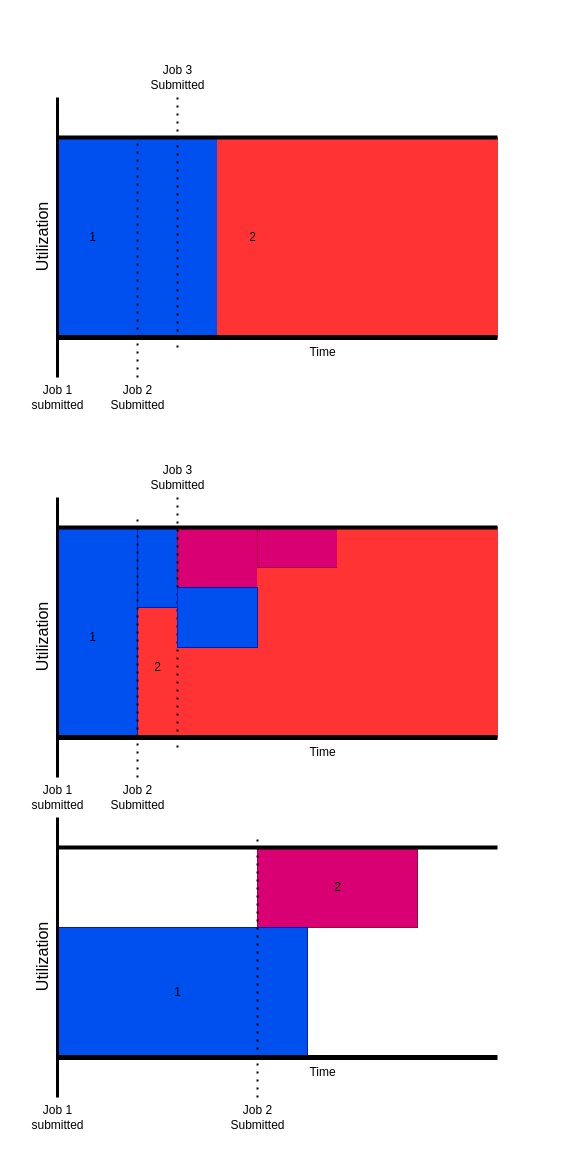
Amir-kar/EECS4314-GroupD keeps this draw.io diagram as schedule drawings/UtilizationGraph.drawio. Above is the earlier version. Source tidied: cells renumbered, new cells numbered last; positions are measured from the earlier drawing's top-left corner, leaving out a move shared by most shapes. Both pictures are drawn from the tidied source at 100%, with x=0, y=0 at pixel (-3, 57).
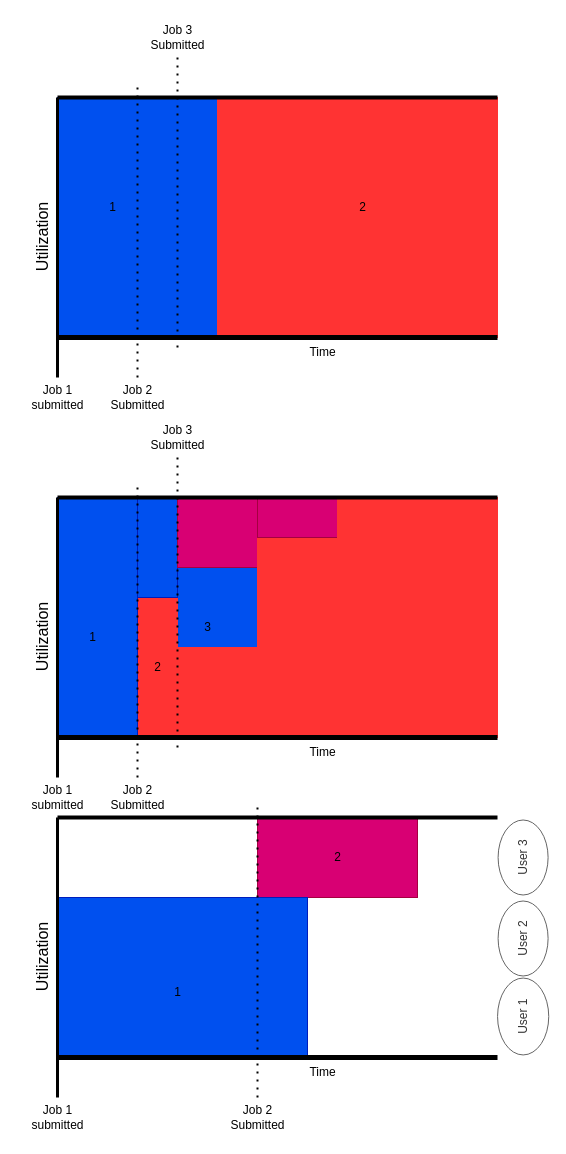
The same page after the edit.

What changed in the source:
```diff
@@
+    <mxCell id="47" style="rounded=0;whiteSpace=wrap;html=1;fillColor=#0050ef;fontColor=#ffffff;strokeColor=#001DBC;" parent="1" vertex="1">
+      <mxGeometry x="180" y="510" width="80" height="80" as="geometry" />
+    </mxCell>
     <mxCell id="2" style="rounded=0;whiteSpace=wrap;html=1;fillColor=#d80073;fontColor=#ffffff;strokeColor=#A50040;" parent="1" vertex="1">
-      <mxGeometry x="260" y="790" width="160" height="80" as="geometry" />
+      <mxGeometry x="260" y="760" width="160" height="80" as="geometry" />
     </mxCell>
     <mxCell id="3" style="rounded=0;whiteSpace=wrap;html=1;fillColor=#0050ef;fontColor=#ffffff;strokeColor=#001DBC;" parent="1" vertex="1">
-      <mxGeometry x="60" y="870" width="250" height="130" as="geometry" />
+      <mxGeometry x="60" y="840" width="250" height="160" as="geometry" />
     </mxCell>
     <mxCell id="4" style="rounded=0;whiteSpace=wrap;html=1;fillColor=#0050ef;fontColor=#ffffff;strokeColor=#001DBC;" parent="1" vertex="1">
-      <mxGeometry x="60" y="80" width="160" height="200" as="geometry" />
+      <mxGeometry x="60" y="40" width="160" height="240" as="geometry" />
     </mxCell>
     <mxCell id="5" style="rounded=0;whiteSpace=wrap;html=1;fillColor=light-dark(#FF3333,#FF0000);fontColor=#ffffff;strokeColor=light-dark(#FF3333,#FF0000);" parent="1" vertex="1">
-      <mxGeometry x="220" y="80" width="280" height="200" as="geometry" />
+      <mxGeometry x="220" y="40" width="280" height="240" as="geometry" />
     </mxCell>
     <mxCell id="6" style="rounded=0;whiteSpace=wrap;html=1;fillColor=light-dark(#FF3333,#FF0000);fontColor=#ffffff;strokeColor=light-dark(#FF3333,#FF0000);" parent="1" vertex="1">
-      <mxGeometry x="140" y="550" width="40" height="130" as="geometry" />
+      <mxGeometry x="140" y="540" width="40" height="140" as="geometry" />
     </mxCell>
     <mxCell id="7" style="rounded=0;whiteSpace=wrap;html=1;fillColor=#0050ef;fontColor=#ffffff;strokeColor=#001DBC;" parent="1" vertex="1">
-      <mxGeometry x="60" y="470" width="80" height="210" as="geometry" />
+      <mxGeometry x="60" y="440" width="80" height="240" as="geometry" />
     </mxCell>
     <mxCell id="8" style="rounded=0;whiteSpace=wrap;html=1;fillColor=#0050ef;fontColor=#ffffff;strokeColor=#001DBC;" parent="1" vertex="1">
-      <mxGeometry x="140" y="470" width="40" height="80" as="geometry" />
+      <mxGeometry x="140" y="440" width="40" height="100" as="geometry" />
     </mxCell>
     <mxCell id="9" style="rounded=0;whiteSpace=wrap;html=1;fillColor=#d80073;fontColor=#ffffff;strokeColor=#A50040;" parent="1" vertex="1">
-      <mxGeometry x="180" y="470" width="80" height="60" as="geometry" />
+      <mxGeometry x="180" y="440" width="80" height="70" as="geometry" />
     </mxCell>
     <mxCell id="10" style="rounded=0;whiteSpace=wrap;html=1;fillColor=light-dark(#FF3333,#FF0000);fontColor=#ffffff;strokeColor=light-dark(#FF3333,#FF0000);" parent="1" vertex="1">
-      <mxGeometry x="260" y="510" width="80" height="170" as="geometry" />
+      <mxGeometry x="260" y="480" width="80" height="200" as="geometry" />
     </mxCell>
@@
     <mxCell id="12" style="rounded=0;whiteSpace=wrap;html=1;fillColor=#d80073;fontColor=#ffffff;strokeColor=#A50040;" parent="1" vertex="1">
-      <mxGeometry x="260" y="470" width="80" height="40" as="geometry" />
+      <mxGeometry x="260" y="440" width="80" height="40" as="geometry" />
     </mxCell>
     <mxCell id="13" style="rounded=0;whiteSpace=wrap;html=1;fillColor=light-dark(#FF3333,#FF0000);fontColor=#ffffff;strokeColor=light-dark(#FF3333,#FF0000);" parent="1" vertex="1">
-      <mxGeometry x="340" y="470" width="160" height="210" as="geometry" />
+      <mxGeometry x="340" y="440" width="160" height="240" as="geometry" />
     </mxCell>
@@
     <mxCell id="16" style="endArrow=none;html=1;rounded=0;strokeWidth=4;" parent="1" edge="1">
       <mxGeometry relative="1" as="geometry">
-        <mxPoint x="60" y="80" as="sourcePoint" />
-        <mxPoint x="500" y="80" as="targetPoint" />
+        <mxPoint x="60" y="40" as="sourcePoint" />
+        <mxPoint x="500" y="40" as="targetPoint" />
       </mxGeometry>
     </mxCell>
-    <mxCell id="17" style="endArrow=none;dashed=1;html=1;dashPattern=1 3;strokeWidth=2;rounded=0;entryX=0.5;entryY=0;entryDx=0;entryDy=0;" parent="1" edge="1" target="4">
+    <mxCell id="17" style="endArrow=none;dashed=1;html=1;dashPattern=1 3;strokeWidth=2;rounded=0;" parent="1" edge="1">
       <mxGeometry relative="1" as="geometry">
         <mxPoint x="140" y="320" as="sourcePoint" />
+        <mxPoint x="140" y="30" as="targetPoint" />
       </mxGeometry>
     </mxCell>
@@
     <mxCell id="19" value="&lt;span style=&quot;color: light-dark(rgb(0, 0, 0), rgb(0, 0, 0));&quot;&gt;1&lt;/span&gt;" style="text;html=1;align=center;verticalAlign=middle;strokeColor=none;fillColor=none;" parent="1" vertex="1">
-      <mxGeometry x="80" y="165" width="30" height="30" as="geometry" />
+      <mxGeometry x="100" y="135" width="30" height="30" as="geometry" />
     </mxCell>
     <mxCell id="20" value="&lt;span style=&quot;color: light-dark(rgb(0, 0, 0), rgb(0, 0, 0));&quot;&gt;2&lt;/span&gt;" style="text;html=1;align=center;verticalAlign=middle;strokeColor=none;fillColor=none;" parent="1" vertex="1">
-      <mxGeometry x="240" y="165" width="30" height="30" as="geometry" />
+      <mxGeometry x="350" y="135" width="30" height="30" as="geometry" />
     </mxCell>
@@
     <mxCell id="24" style="endArrow=none;dashed=1;html=1;dashPattern=1 3;strokeWidth=2;rounded=0;" parent="1" edge="1">
       <mxGeometry relative="1" as="geometry">
         <mxPoint x="180" y="290" as="sourcePoint" />
-        <mxPoint x="180" y="40" as="targetPoint" />
+        <mxPoint x="180" as="targetPoint" />
       </mxGeometry>
     </mxCell>
     <mxCell id="25" value="&lt;div&gt;Job 3&lt;/div&gt;&lt;div&gt;Submitted&lt;/div&gt;" style="text;html=1;align=center;verticalAlign=middle;strokeColor=none;fillColor=none;" parent="1" vertex="1">
-      <mxGeometry x="140" width="80" height="40" as="geometry" />
+      <mxGeometry x="140" y="-40" width="80" height="40" as="geometry" />
     </mxCell>
@@
     <mxCell id="28" style="endArrow=none;html=1;rounded=0;strokeWidth=4;" parent="1" edge="1">
       <mxGeometry relative="1" as="geometry">
-        <mxPoint x="60" y="470" as="sourcePoint" />
-        <mxPoint x="500" y="470" as="targetPoint" />
+        <mxPoint x="60" y="440" as="sourcePoint" />
+        <mxPoint x="500" y="440" as="targetPoint" />
       </mxGeometry>
     </mxCell>
@@
     <mxCell id="35" value="&lt;div&gt;Job 3&lt;/div&gt;&lt;div&gt;Submitted&lt;/div&gt;" style="text;html=1;align=center;verticalAlign=middle;strokeColor=none;fillColor=none;" parent="1" vertex="1">
-      <mxGeometry x="140" y="400" width="80" height="40" as="geometry" />
+      <mxGeometry x="140" y="360" width="80" height="40" as="geometry" />
     </mxCell>
     <mxCell id="36" style="endArrow=none;dashed=1;html=1;dashPattern=1 3;strokeWidth=2;rounded=0;" parent="1" edge="1">
       <mxGeometry relative="1" as="geometry">
         <mxPoint x="180" y="690" as="sourcePoint" />
-        <mxPoint x="180" y="440" as="targetPoint" />
+        <mxPoint x="180" y="400" as="targetPoint" />
       </mxGeometry>
     </mxCell>
     <mxCell id="37" style="endArrow=none;dashed=1;html=1;dashPattern=1 3;strokeWidth=2;rounded=0;" parent="1" edge="1">
       <mxGeometry relative="1" as="geometry">
         <mxPoint x="140" y="720" as="sourcePoint" />
-        <mxPoint x="140" y="460" as="targetPoint" />
+        <mxPoint x="140" y="430" as="targetPoint" />
       </mxGeometry>
     </mxCell>
@@
     <mxCell id="41" style="endArrow=none;html=1;rounded=0;strokeWidth=4;" parent="1" edge="1">
       <mxGeometry relative="1" as="geometry">
-        <mxPoint x="60" y="790" as="sourcePoint" />
-        <mxPoint x="500" y="790" as="targetPoint" />
+        <mxPoint x="60" y="760" as="sourcePoint" />
+        <mxPoint x="500" y="760" as="targetPoint" />
       </mxGeometry>
     </mxCell>
@@
     <mxCell id="46" style="endArrow=none;dashed=1;html=1;dashPattern=1 3;strokeWidth=2;rounded=0;" parent="1" edge="1">
       <mxGeometry relative="1" as="geometry">
         <mxPoint x="260" y="1040" as="sourcePoint" />
-        <mxPoint x="260" y="780" as="targetPoint" />
+        <mxPoint x="260" y="750" as="targetPoint" />
       </mxGeometry>
     </mxCell>
-    <mxCell id="47" style="rounded=0;whiteSpace=wrap;html=1;fillColor=#0050ef;fontColor=#ffffff;strokeColor=#001DBC;" parent="1" vertex="1">
-      <mxGeometry x="180" y="530" width="80" height="60" as="geometry" />
-    </mxCell>
     <mxCell id="48" value="&lt;span style=&quot;color: light-dark(rgb(0, 0, 0), rgb(0, 0, 0));&quot;&gt;2&lt;/span&gt;" style="text;html=1;align=center;verticalAlign=middle;strokeColor=none;fillColor=none;" parent="1" vertex="1">
-      <mxGeometry x="325" y="815" width="30" height="30" as="geometry" />
+      <mxGeometry x="325" y="785" width="30" height="30" as="geometry" />
     </mxCell>
@@
+    <mxCell id="50" value="User 1" style="ellipse;whiteSpace=wrap;html=1;fillColor=light-dark(#FFFFFF,#FFFFFF);fontColor=#333333;strokeColor=#666666;rotation=-90;" parent="1" vertex="1">
+      <mxGeometry x="487.2" y="933.4" width="76.9" height="51.2" as="geometry" />
+    </mxCell>
+    <mxCell id="51" value="User 2" style="ellipse;whiteSpace=wrap;html=1;fillColor=light-dark(#FFFFFF,#FFFFFF);fontColor=#333333;strokeColor=#666666;rotation=-90;" parent="1" vertex="1">
+      <mxGeometry x="488.1" y="856" width="75" height="50" as="geometry" />
+    </mxCell>
+    <mxCell id="52" value="User 3" style="ellipse;whiteSpace=wrap;html=1;fillColor=light-dark(#FFFFFF,#FFFFFF);fontColor=#333333;strokeColor=#666666;rotation=-90;" parent="1" vertex="1">
+      <mxGeometry x="488.1" y="775" width="75" height="50" as="geometry" />
+    </mxCell>
```
